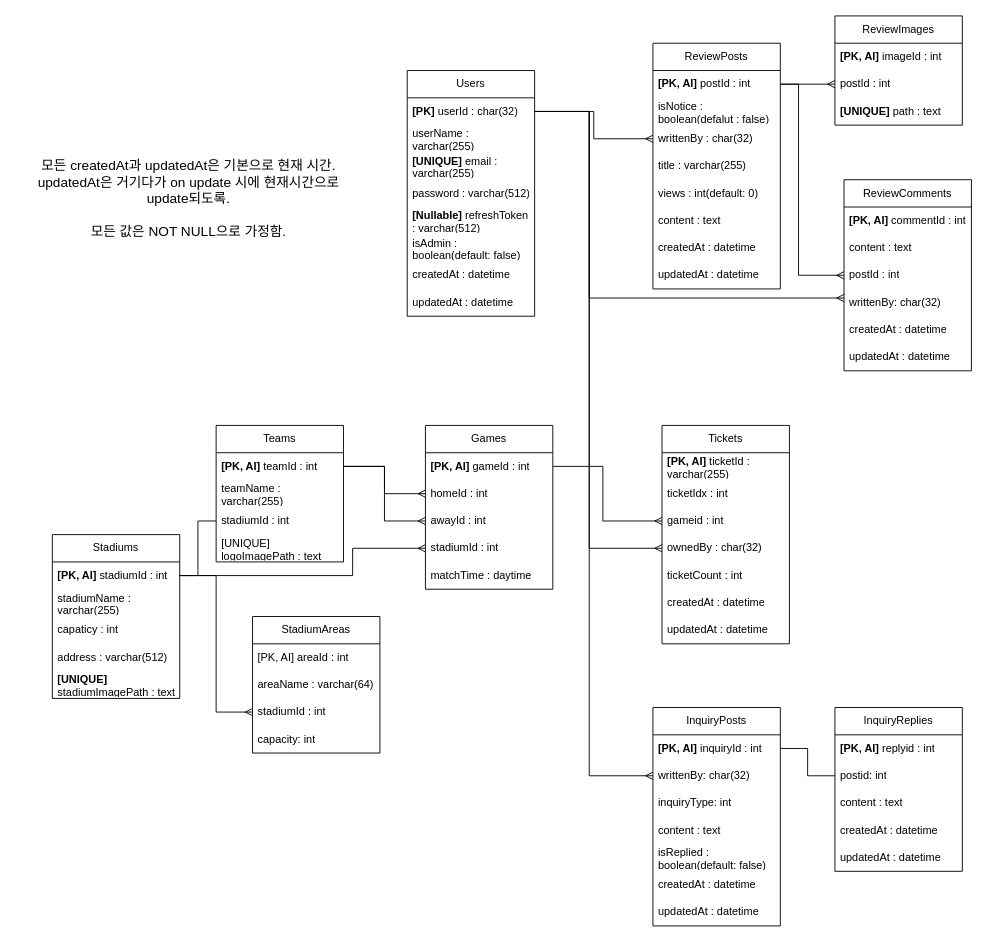
This is 제목 없는 다이어그램.drawio from fudoge/koreaticket-server, a draw.io file, before an edit. Source tidied: cells renumbered, new cells numbered last; positions are measured from the earlier drawing's top-left corner, leaving out a move shared by most shapes. Both pictures are drawn from the tidied source at 91%, with x=0, y=0 at pixel (15, 15).
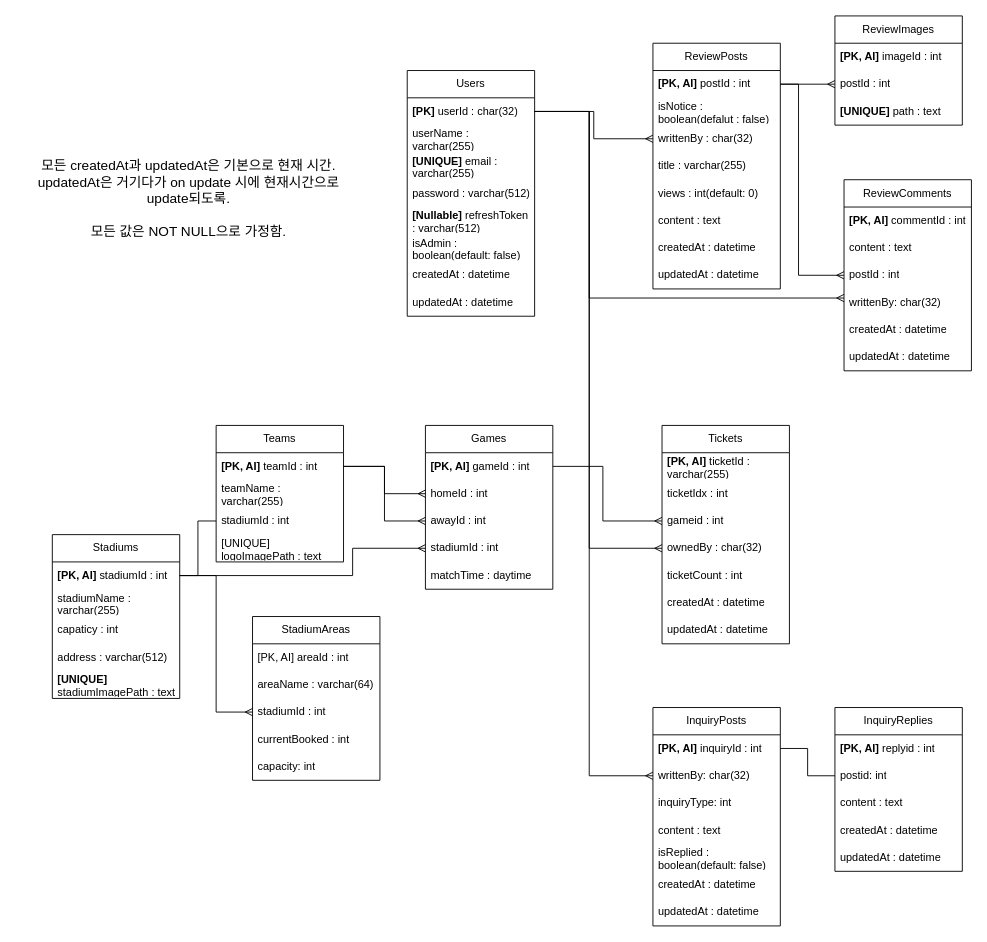
The same diagram, later.

Commit message:
ERD - 현재 예매된상태 추가

Diff of the diagram source:
```diff
@@
     <mxCell id="83" value="StadiumAreas" style="swimlane;fontStyle=0;horizontal=1;startSize=30;whiteSpace=wrap;html=1;" parent="1" vertex="1">
-      <mxGeometry x="260" y="660" width="140" height="150" as="geometry" />
+      <mxGeometry x="260" y="660" width="140" height="180" as="geometry" />
     </mxCell>
@@
+    <mxCell id="89" value="currentBooked : int" style="text;strokeColor=none;fillColor=none;align=left;verticalAlign=middle;spacingLeft=4;spacingRight=4;overflow=hidden;whiteSpace=wrap;html=1;" parent="83" vertex="1">
+      <mxGeometry y="120" width="140" height="30" as="geometry" />
+    </mxCell>
     <mxCell id="87" value="capacity: int" style="text;strokeColor=none;fillColor=none;align=left;verticalAlign=middle;spacingLeft=4;spacingRight=4;overflow=hidden;whiteSpace=wrap;html=1;" parent="83" vertex="1">
-      <mxGeometry y="120" width="140" height="30" as="geometry" />
+      <mxGeometry y="150" width="140" height="30" as="geometry" />
     </mxCell>
```
